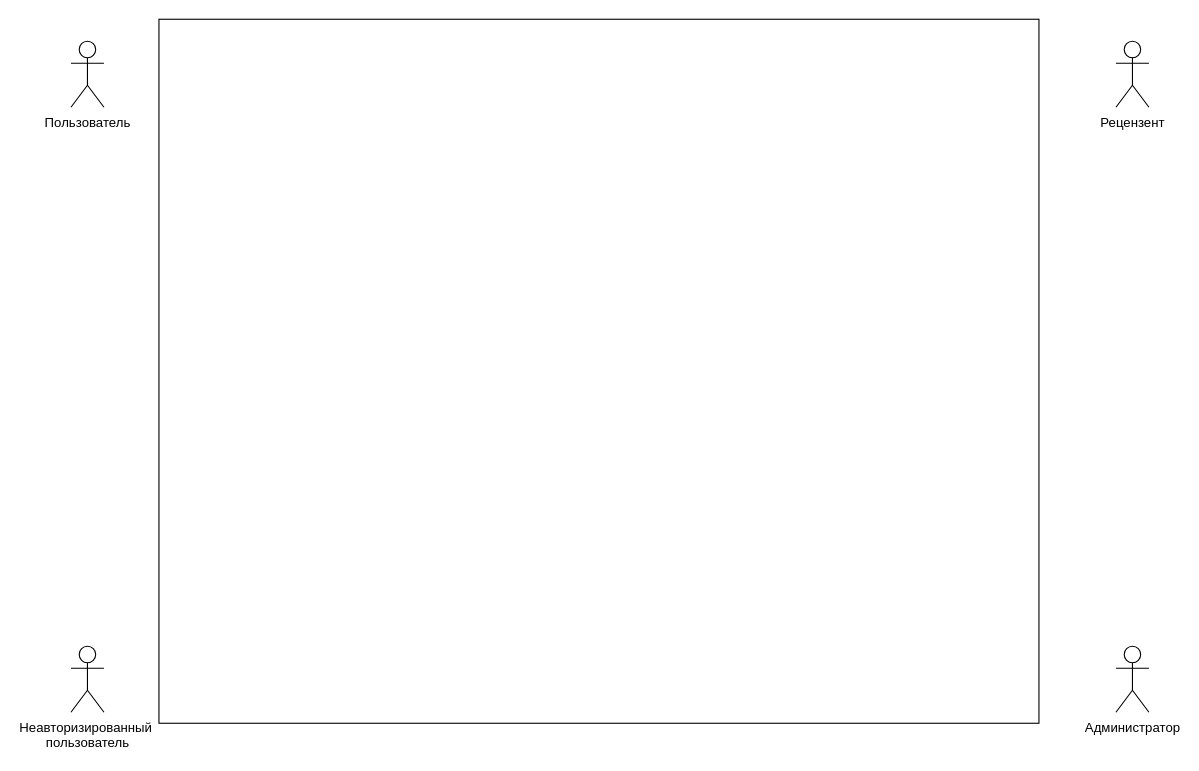
KlosHiHi/CursedProj keeps this draw.io diagram as diagrams/use-case.drawio. Above is the earlier version. Source tidied: cells renumbered, new cells numbered last; positions are measured from the earlier drawing's top-left corner, leaving out a move shared by most shapes. Both pictures are drawn from the tidied source at 110%, with x=0, y=0 at pixel (70, 19).
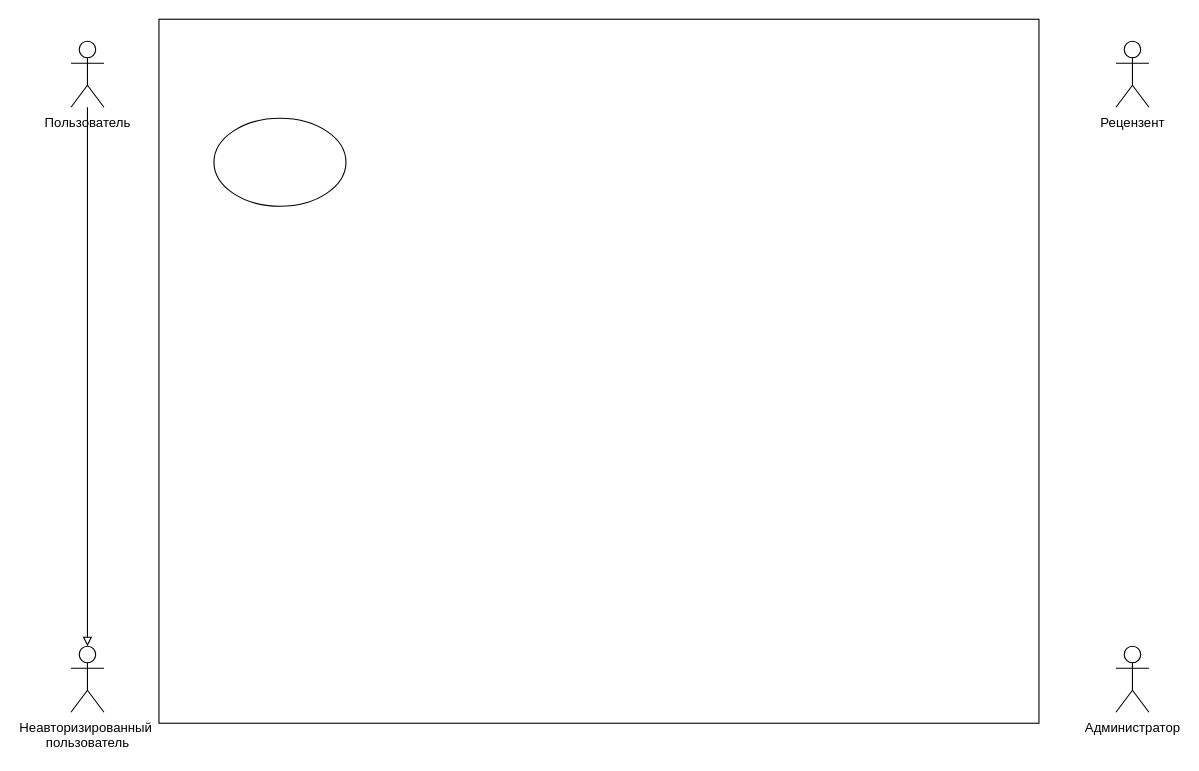
The same diagram, later.

What changed in the source:
```diff
@@
 <mxGraphModel>
   <root>
     <mxCell id="0" />
     <mxCell id="1" parent="0" />
     <mxCell id="2" value="Пользователь" style="shape=umlActor;verticalLabelPosition=bottom;verticalAlign=top;html=1;outlineConnect=0;" parent="1" vertex="1">
       <mxGeometry y="20" width="30" height="60" as="geometry" />
     </mxCell>
     <mxCell id="3" value="Рецензент" style="shape=umlActor;verticalLabelPosition=bottom;verticalAlign=top;html=1;" parent="1" vertex="1">
       <mxGeometry x="950" y="20" width="30" height="60" as="geometry" />
     </mxCell>
     <mxCell id="4" value="Неавторизированный&amp;nbsp;&lt;div&gt;пользователь&lt;/div&gt;" style="shape=umlActor;verticalLabelPosition=bottom;verticalAlign=top;html=1;outlineConnect=0;" parent="1" vertex="1">
       <mxGeometry y="570" width="30" height="60" as="geometry" />
     </mxCell>
     <mxCell id="5" value="Администратор" style="shape=umlActor;verticalLabelPosition=bottom;verticalAlign=top;html=1;" parent="1" vertex="1">
       <mxGeometry x="950" y="570" width="30" height="60" as="geometry" />
     </mxCell>
     <mxCell id="6" style="rounded=0;whiteSpace=wrap;html=1;fillColor=none;" parent="1" vertex="1">
       <mxGeometry x="80" width="800" height="640" as="geometry" />
     </mxCell>
+    <mxCell id="7" style="ellipse;whiteSpace=wrap;html=1;" parent="1" vertex="1">
+      <mxGeometry x="130" y="90" width="120" height="80" as="geometry" />
+    </mxCell>
+    <mxCell id="8" style="edgeStyle=orthogonalEdgeStyle;rounded=0;jettySize=auto;html=1;endArrow=block;endFill=0;" parent="1" edge="1" source="2" target="4">
+      <mxGeometry relative="1" as="geometry" />
+    </mxCell>
   </root>
 </mxGraphModel>
```
